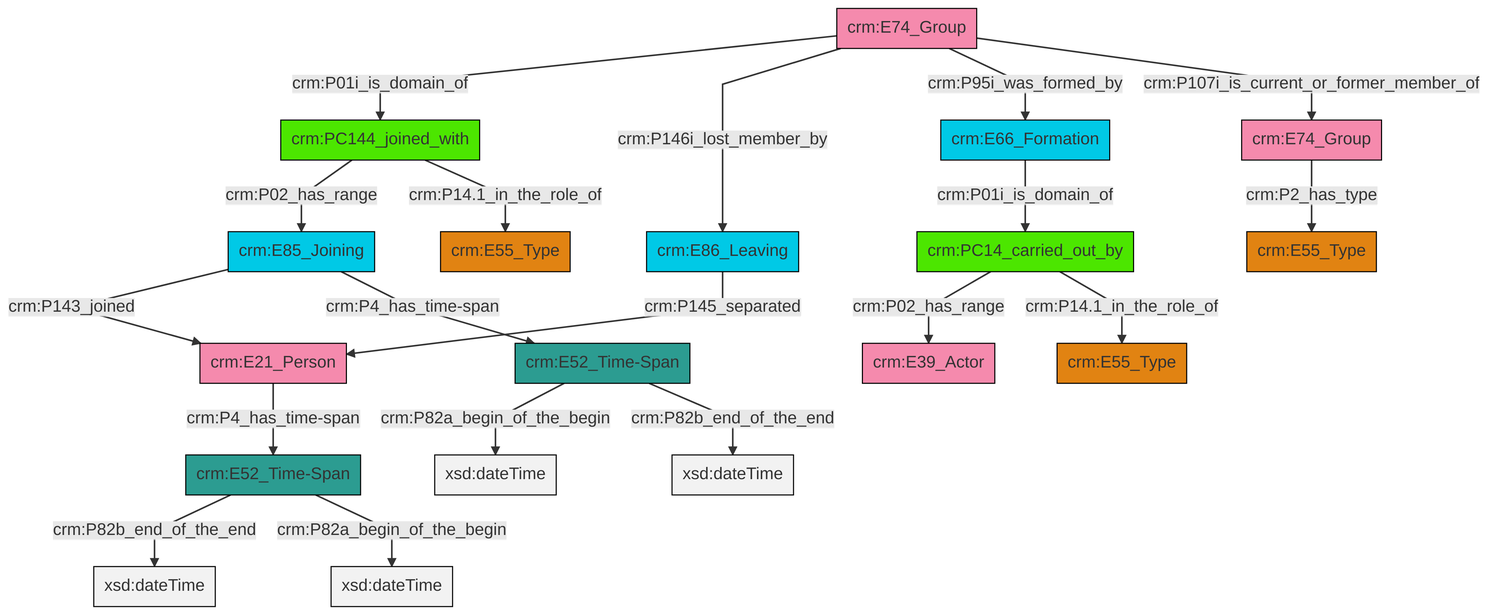
Above: et/groupCSV/ttl/mmd/png/group_actor_relations.png in swiss-art-research-net/reference-data-models (Mermaid), before the change. Its source is kept beside it as et/groupCSV/ttl/mmd/group_actor_relations.ttl.mmd.
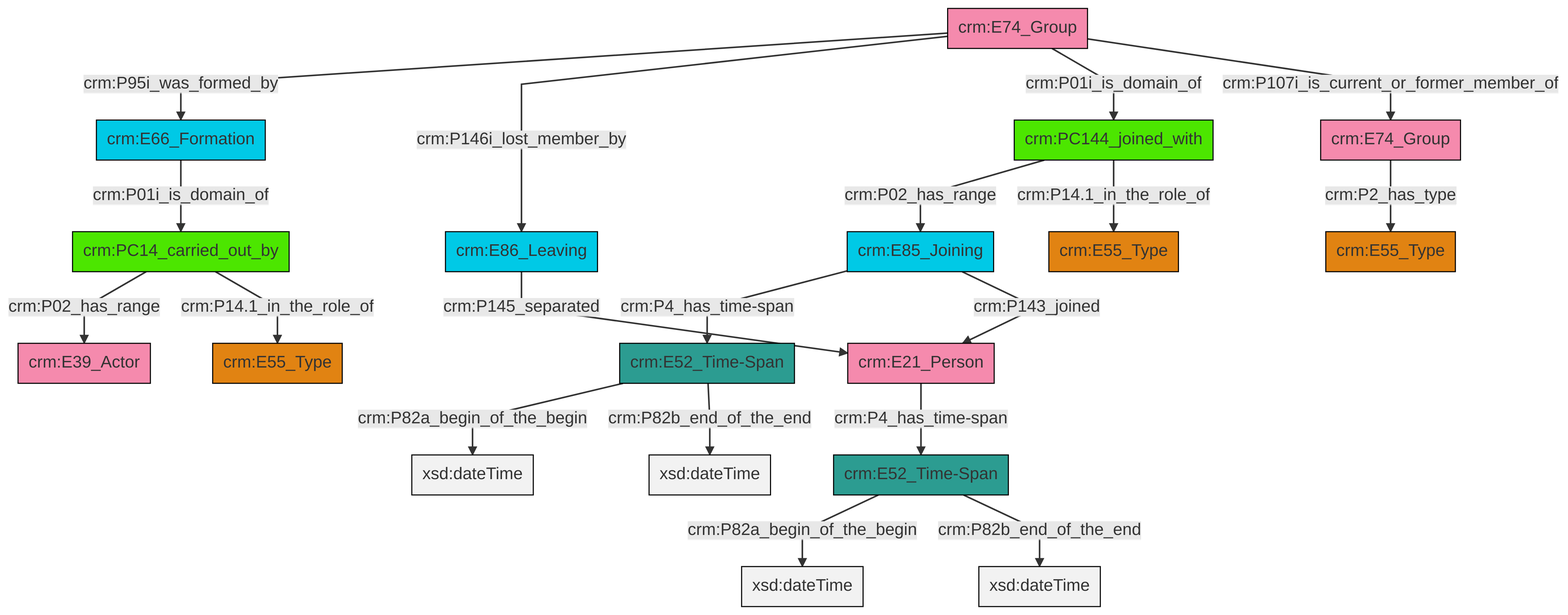
The same file after the commit.

The edit, as a diff of the source:
```diff
@@ -13,21 +13,21 @@
 classDef PC_Classes fill:#4ce600, stroke:#000000;
 classDef Multi fill:#cccccc,stroke:#000000;
 
-2["crm:PC144_joined_with"]:::PC_Classes -->|crm:P02_has_range| 3["crm:E85_Joining"]:::Temporal_Entity
-4["crm:E74_Group"]:::Actor -->|crm:P01i_is_domain_of| 2["crm:PC144_joined_with"]:::PC_Classes
-4["crm:E74_Group"]:::Actor -->|crm:P146i_lost_member_by| 5["crm:E86_Leaving"]:::Temporal_Entity
-6["crm:E74_Group"]:::Actor -->|crm:P2_has_type| 7["crm:E55_Type"]:::Type
-8["crm:E52_Time-Span"]:::Time-Span -->|crm:P82b_end_of_the_end| 9[xsd:dateTime]:::Literal
-11["crm:E21_Person"]:::Actor -->|crm:P4_has_time-span| 8["crm:E52_Time-Span"]:::Time-Span
-2["crm:PC144_joined_with"]:::PC_Classes -->|crm:P14.1_in_the_role_of| 14["crm:E55_Type"]:::Type
-3["crm:E85_Joining"]:::Temporal_Entity -->|crm:P143_joined| 11["crm:E21_Person"]:::Actor
-4["crm:E74_Group"]:::Actor -->|crm:P95i_was_formed_by| 16["crm:E66_Formation"]:::Temporal_Entity
-5["crm:E86_Leaving"]:::Temporal_Entity -->|crm:P145_separated| 11["crm:E21_Person"]:::Actor
-16["crm:E66_Formation"]:::Temporal_Entity -->|crm:P01i_is_domain_of| 18["crm:PC14_carried_out_by"]:::PC_Classes
-8["crm:E52_Time-Span"]:::Time-Span -->|crm:P82a_begin_of_the_begin| 26[xsd:dateTime]:::Literal
-21["crm:E52_Time-Span"]:::Time-Span -->|crm:P82a_begin_of_the_begin| 29[xsd:dateTime]:::Literal
-18["crm:PC14_carried_out_by"]:::PC_Classes -->|crm:P02_has_range| 0["crm:E39_Actor"]:::Actor
-3["crm:E85_Joining"]:::Temporal_Entity -->|crm:P4_has_time-span| 21["crm:E52_Time-Span"]:::Time-Span
-4["crm:E74_Group"]:::Actor -->|crm:P107i_is_current_or_former_member_of| 6["crm:E74_Group"]:::Actor
-18["crm:PC14_carried_out_by"]:::PC_Classes -->|crm:P14.1_in_the_role_of| 12["crm:E55_Type"]:::Type
-21["crm:E52_Time-Span"]:::Time-Span -->|crm:P82b_end_of_the_end| 34[xsd:dateTime]:::Literal
+0["crm:E66_Formation"]:::Temporal_Entity -->|crm:P01i_is_domain_of| 1["crm:PC14_carried_out_by"]:::PC_Classes
+4["crm:E74_Group"]:::Actor -->|crm:P95i_was_formed_by| 0["crm:E66_Formation"]:::Temporal_Entity
+7["crm:E74_Group"]:::Actor -->|crm:P2_has_type| 8["crm:E55_Type"]:::Type
+4["crm:E74_Group"]:::Actor -->|crm:P146i_lost_member_by| 2["crm:E86_Leaving"]:::Temporal_Entity
+4["crm:E74_Group"]:::Actor -->|crm:P01i_is_domain_of| 9["crm:PC144_joined_with"]:::PC_Classes
+17["crm:E85_Joining"]:::Temporal_Entity -->|crm:P4_has_time-span| 15["crm:E52_Time-Span"]:::Time-Span
+15["crm:E52_Time-Span"]:::Time-Span -->|crm:P82a_begin_of_the_begin| 18[xsd:dateTime]:::Literal
+4["crm:E74_Group"]:::Actor -->|crm:P107i_is_current_or_former_member_of| 7["crm:E74_Group"]:::Actor
+1["crm:PC14_carried_out_by"]:::PC_Classes -->|crm:P02_has_range| 20["crm:E39_Actor"]:::Actor
+23["crm:E21_Person"]:::Actor -->|crm:P4_has_time-span| 24["crm:E52_Time-Span"]:::Time-Span
+2["crm:E86_Leaving"]:::Temporal_Entity -->|crm:P145_separated| 23["crm:E21_Person"]:::Actor
+17["crm:E85_Joining"]:::Temporal_Entity -->|crm:P143_joined| 23["crm:E21_Person"]:::Actor
+24["crm:E52_Time-Span"]:::Time-Span -->|crm:P82a_begin_of_the_begin| 27[xsd:dateTime]:::Literal
+9["crm:PC144_joined_with"]:::PC_Classes -->|crm:P02_has_range| 17["crm:E85_Joining"]:::Temporal_Entity
+1["crm:PC14_carried_out_by"]:::PC_Classes -->|crm:P14.1_in_the_role_of| 12["crm:E55_Type"]:::Type
+24["crm:E52_Time-Span"]:::Time-Span -->|crm:P82b_end_of_the_end| 30[xsd:dateTime]:::Literal
+9["crm:PC144_joined_with"]:::PC_Classes -->|crm:P14.1_in_the_role_of| 5["crm:E55_Type"]:::Type
+15["crm:E52_Time-Span"]:::Time-Span -->|crm:P82b_end_of_the_end| 32[xsd:dateTime]:::Literal
```
